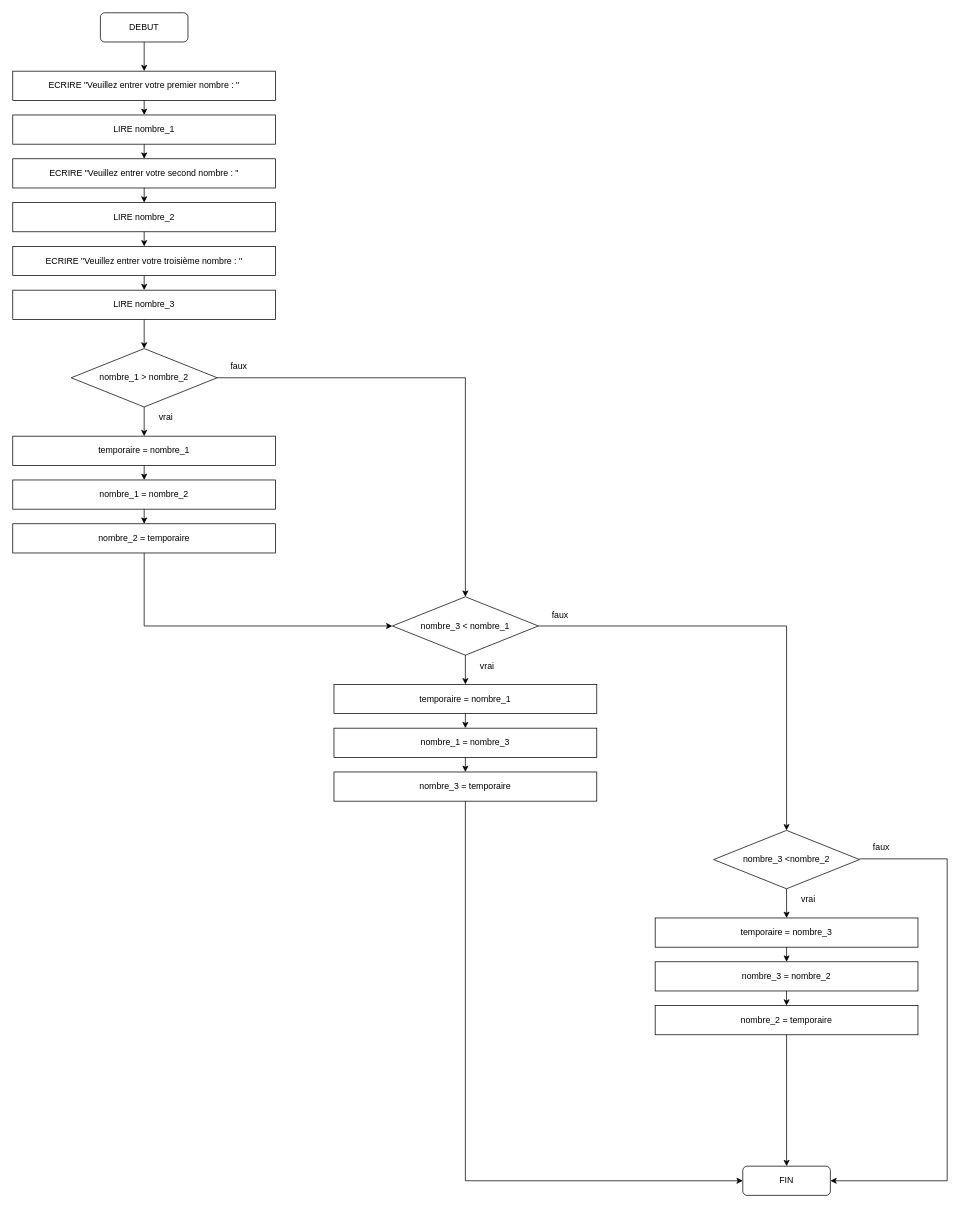
Before: 01 ALGORITHMIQUE/2.4 Tri de nombres.drawio in D-CRAVO/FORMATION-DWWM-2022, a draw.io diagram. Source tidied: cells renumbered, new cells numbered last; positions are measured from the earlier drawing's top-left corner, leaving out a move shared by most shapes. Both pictures are drawn from the tidied source at 73%, with x=0, y=0 at pixel (12, 12).
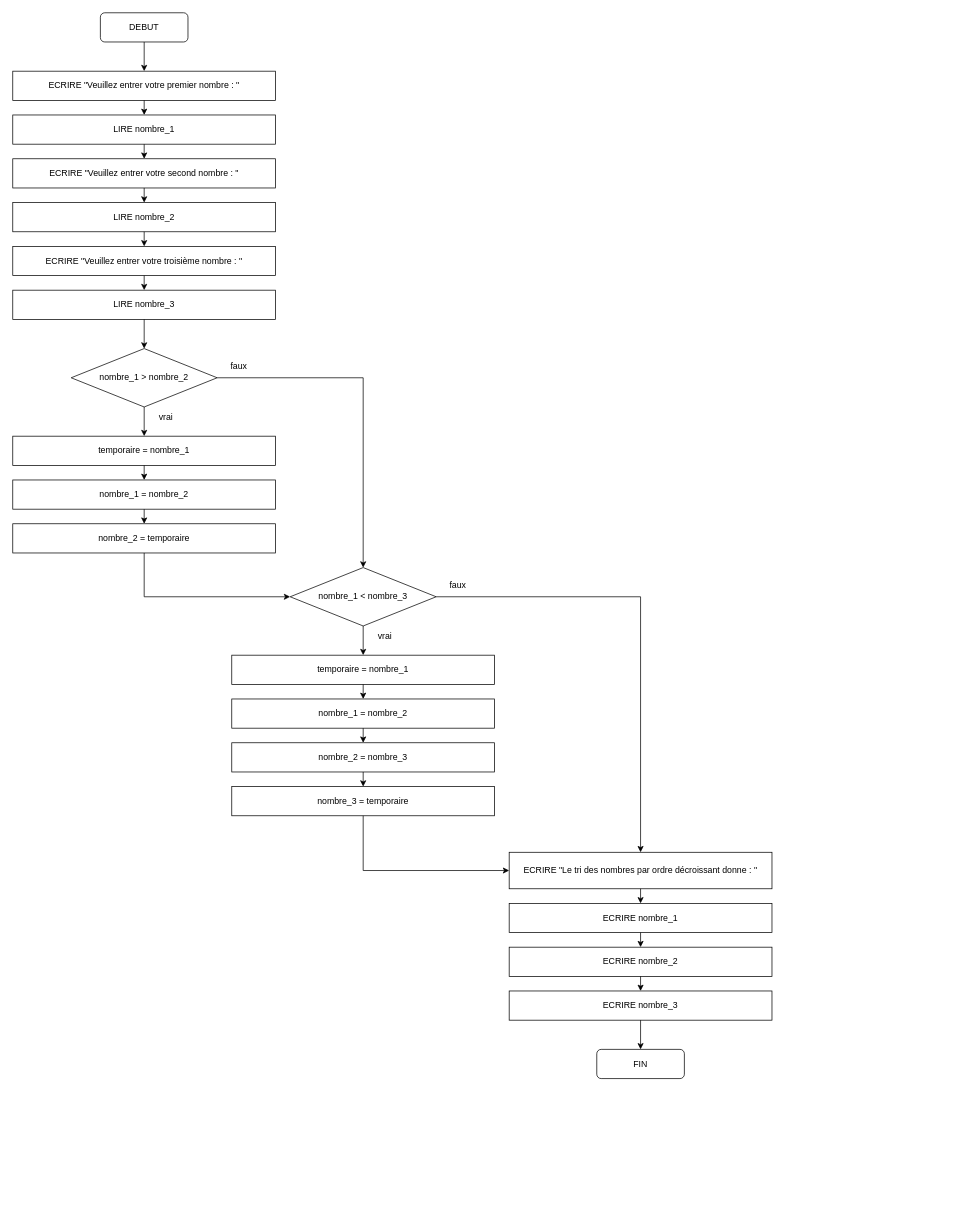
Above is the later version.

Diff of the diagram source:
```diff
@@
-    <mxCell id="26" style="edgeStyle=orthogonalEdgeStyle;rounded=0;jettySize=auto;html=1;exitX=1;exitY=0.5;exitDx=0;exitDy=0;entryX=0.5;entryY=0;entryDx=0;entryDy=0;" parent="1" edge="1" source="27" target="35">
-      <mxGeometry relative="1" as="geometry" />
-    </mxCell>
+    <mxCell id="51" style="edgeStyle=orthogonalEdgeStyle;rounded=0;jettySize=auto;html=1;exitX=1;exitY=0.5;exitDx=0;exitDy=0;entryX=0.5;entryY=0;entryDx=0;entryDy=0;" parent="1" edge="1" source="27" target="57">
+      <mxGeometry relative="1" as="geometry" />
+    </mxCell>
-    <mxCell id="27" value="nombre_3 &amp;lt; nombre_1" style="rhombus;whiteSpace=wrap;html=1;fillColor=none;" parent="1" vertex="1">
-      <mxGeometry x="520" y="800" width="200" height="80" as="geometry" />
+    <mxCell id="27" value="nombre_1 &amp;lt; nombre_3" style="rhombus;whiteSpace=wrap;html=1;fillColor=none;" parent="1" vertex="1">
+      <mxGeometry x="380" y="760" width="200" height="80" as="geometry" />
     </mxCell>
@@
     <mxCell id="29" value="temporaire = nombre_1" style="rounded=0;whiteSpace=wrap;html=1;fillColor=none;" parent="1" vertex="1">
-      <mxGeometry x="440" y="920" width="360" height="40" as="geometry" />
+      <mxGeometry x="300" y="880" width="360" height="40" as="geometry" />
     </mxCell>
-    <mxCell id="30" style="edgeStyle=orthogonalEdgeStyle;rounded=0;jettySize=auto;html=1;exitX=0.5;exitY=1;exitDx=0;exitDy=0;entryX=0;entryY=0.5;entryDx=0;entryDy=0;" parent="1" edge="1" source="31" target="43">
-      <mxGeometry relative="1" as="geometry" />
-    </mxCell>
+    <mxCell id="52" style="edgeStyle=orthogonalEdgeStyle;rounded=0;jettySize=auto;html=1;exitX=0.5;exitY=1;exitDx=0;exitDy=0;entryX=0;entryY=0.5;entryDx=0;entryDy=0;" parent="1" edge="1" source="31" target="57">
+      <mxGeometry relative="1" as="geometry" />
+    </mxCell>
     <mxCell id="31" value="nombre_3 = temporaire" style="rounded=0;whiteSpace=wrap;html=1;fillColor=none;" parent="1" vertex="1">
-      <mxGeometry x="440" y="1040" width="360" height="40" as="geometry" />
+      <mxGeometry x="300" y="1060" width="360" height="40" as="geometry" />
     </mxCell>
-    <mxCell id="32" style="edgeStyle=orthogonalEdgeStyle;rounded=0;jettySize=auto;html=1;exitX=0.5;exitY=1;exitDx=0;exitDy=0;entryX=0.5;entryY=0;entryDx=0;entryDy=0;" parent="1" edge="1" source="33" target="31">
-      <mxGeometry relative="1" as="geometry" />
-    </mxCell>
+    <mxCell id="53" style="edgeStyle=orthogonalEdgeStyle;rounded=0;jettySize=auto;html=1;exitX=0.5;exitY=1;exitDx=0;exitDy=0;entryX=0.5;entryY=0;entryDx=0;entryDy=0;" parent="1" edge="1" source="33" target="55">
+      <mxGeometry relative="1" as="geometry" />
+    </mxCell>
-    <mxCell id="33" value="nombre_1 = nombre_3" style="rounded=0;whiteSpace=wrap;html=1;fillColor=none;" parent="1" vertex="1">
-      <mxGeometry x="440" y="980" width="360" height="40" as="geometry" />
+    <mxCell id="33" value="nombre_1 = nombre_2" style="rounded=0;whiteSpace=wrap;html=1;fillColor=none;" parent="1" vertex="1">
+      <mxGeometry x="300" y="940" width="360" height="40" as="geometry" />
     </mxCell>
-    <mxCell id="34" style="edgeStyle=orthogonalEdgeStyle;rounded=0;jettySize=auto;html=1;exitX=0.5;exitY=1;exitDx=0;exitDy=0;entryX=0.5;entryY=0;entryDx=0;entryDy=0;" parent="1" edge="1" source="35" target="37">
-      <mxGeometry relative="1" as="geometry" />
-    </mxCell>
-    <mxCell id="35" value="nombre_3 &amp;lt;nombre_2" style="rhombus;whiteSpace=wrap;html=1;fillColor=none;" parent="1" vertex="1">
-      <mxGeometry x="960" y="1120" width="200" height="80" as="geometry" />
-    </mxCell>
-    <mxCell id="36" style="edgeStyle=orthogonalEdgeStyle;rounded=0;jettySize=auto;html=1;exitX=0.5;exitY=1;exitDx=0;exitDy=0;entryX=0.5;entryY=0;entryDx=0;entryDy=0;" parent="1" edge="1" source="37" target="40">
-      <mxGeometry relative="1" as="geometry" />
-    </mxCell>
-    <mxCell id="37" value="temporaire = nombre_3" style="rounded=0;whiteSpace=wrap;html=1;fillColor=none;" parent="1" vertex="1">
-      <mxGeometry x="880" y="1240" width="360" height="40" as="geometry" />
-    </mxCell>
-    <mxCell id="38" style="edgeStyle=orthogonalEdgeStyle;rounded=0;orthogonalLoop=1;jettySize=auto;html=1;exitX=0.5;exitY=1;exitDx=0;exitDy=0;" parent="1" edge="1" source="37" target="37">
-      <mxGeometry relative="1" as="geometry" />
+    <mxCell id="38" style="edgeStyle=orthogonalEdgeStyle;rounded=0;orthogonalLoop=1;jettySize=auto;html=1;exitX=0.5;exitY=1;exitDx=0;exitDy=0;" parent="1" edge="1">
+      <mxGeometry relative="1" as="geometry">
+        <mxPoint x="1060" y="1280" as="sourcePoint" />
+        <mxPoint x="1060" y="1280" as="targetPoint" />
+      </mxGeometry>
     </mxCell>
-    <mxCell id="39" style="edgeStyle=orthogonalEdgeStyle;rounded=0;jettySize=auto;html=1;exitX=0.5;exitY=1;exitDx=0;exitDy=0;entryX=0.5;entryY=0;entryDx=0;entryDy=0;" parent="1" edge="1" source="40" target="42">
-      <mxGeometry relative="1" as="geometry" />
-    </mxCell>
-    <mxCell id="40" value="nombre_3 = nombre_2" style="rounded=0;whiteSpace=wrap;html=1;fillColor=none;" parent="1" vertex="1">
-      <mxGeometry x="880" y="1300" width="360" height="40" as="geometry" />
-    </mxCell>
-    <mxCell id="41" style="edgeStyle=orthogonalEdgeStyle;rounded=0;jettySize=auto;html=1;exitX=0.5;exitY=1;exitDx=0;exitDy=0;entryX=0.5;entryY=0;entryDx=0;entryDy=0;" parent="1" edge="1" source="42" target="43">
-      <mxGeometry relative="1" as="geometry" />
-    </mxCell>
-    <mxCell id="42" value="nombre_2 = temporaire" style="rounded=0;whiteSpace=wrap;html=1;fillColor=none;" parent="1" vertex="1">
-      <mxGeometry x="880" y="1360" width="360" height="40" as="geometry" />
-    </mxCell>
-    <mxCell id="43" value="FIN" style="rounded=1;whiteSpace=wrap;html=1;fillColor=none;" parent="1" vertex="1">
-      <mxGeometry x="1000" y="1580" width="120" height="40" as="geometry" />
-    </mxCell>
@@
-    <mxCell id="46" style="edgeStyle=orthogonalEdgeStyle;rounded=0;jettySize=auto;html=1;exitX=0;exitY=1;exitDx=0;exitDy=0;entryX=1;entryY=0.5;entryDx=0;entryDy=0;" parent="1" edge="1" source="47" target="43">
-      <mxGeometry relative="1" as="geometry">
-        <Array as="points">
-          <mxPoint x="1280" y="1159" />
-          <mxPoint x="1280" y="1600" />
-        </Array>
-      </mxGeometry>
-    </mxCell>
-    <mxCell id="47" value="faux" style="text;html=1;strokeColor=none;fillColor=none;align=center;verticalAlign=middle;whiteSpace=wrap;rounded=0;" parent="1" vertex="1">
-      <mxGeometry x="1160" y="1129" width="60" height="30" as="geometry" />
-    </mxCell>
     <mxCell id="48" value="faux" style="text;html=1;strokeColor=none;fillColor=none;align=center;verticalAlign=middle;whiteSpace=wrap;rounded=0;" parent="1" vertex="1">
-      <mxGeometry x="720" y="810" width="60" height="30" as="geometry" />
+      <mxGeometry x="580" y="770" width="60" height="30" as="geometry" />
     </mxCell>
-    <mxCell id="49" value="vrai" style="text;html=1;strokeColor=none;fillColor=none;align=center;verticalAlign=middle;whiteSpace=wrap;rounded=0;" parent="1" vertex="1">
-      <mxGeometry x="1060" y="1200" width="60" height="30" as="geometry" />
-    </mxCell>
     <mxCell id="50" value="vrai" style="text;html=1;strokeColor=none;fillColor=none;align=center;verticalAlign=middle;whiteSpace=wrap;rounded=0;" parent="1" vertex="1">
-      <mxGeometry x="620" y="880" width="60" height="30" as="geometry" />
+      <mxGeometry x="480" y="840" width="60" height="30" as="geometry" />
     </mxCell>
+    <mxCell id="54" style="edgeStyle=orthogonalEdgeStyle;rounded=0;jettySize=auto;html=1;exitX=0.5;exitY=1;exitDx=0;exitDy=0;entryX=0.5;entryY=0;entryDx=0;entryDy=0;" parent="1" edge="1" source="55" target="31">
+      <mxGeometry relative="1" as="geometry" />
+    </mxCell>
+    <mxCell id="55" value="nombre_2 = nombre_3" style="rounded=0;whiteSpace=wrap;html=1;fillColor=none;" parent="1" vertex="1">
+      <mxGeometry x="300" y="1000" width="360" height="40" as="geometry" />
+    </mxCell>
+    <mxCell id="56" style="edgeStyle=orthogonalEdgeStyle;rounded=0;jettySize=auto;html=1;exitX=0.5;exitY=1;exitDx=0;exitDy=0;entryX=0.5;entryY=0;entryDx=0;entryDy=0;" parent="1" edge="1" source="57" target="59">
+      <mxGeometry relative="1" as="geometry" />
+    </mxCell>
+    <mxCell id="57" value="ECRIRE &quot;Le tri des nombres par ordre décroissant donne : &quot;" style="rounded=0;whiteSpace=wrap;html=1;fillColor=none;" parent="1" vertex="1">
+      <mxGeometry x="680" y="1150" width="360" height="50" as="geometry" />
+    </mxCell>
+    <mxCell id="58" style="edgeStyle=orthogonalEdgeStyle;rounded=0;jettySize=auto;html=1;exitX=0.5;exitY=1;exitDx=0;exitDy=0;entryX=0.5;entryY=0;entryDx=0;entryDy=0;" parent="1" edge="1" source="59" target="61">
+      <mxGeometry relative="1" as="geometry" />
+    </mxCell>
+    <mxCell id="59" value="ECRIRE nombre_1" style="rounded=0;whiteSpace=wrap;html=1;fillColor=none;" parent="1" vertex="1">
+      <mxGeometry x="680" y="1220" width="360" height="40" as="geometry" />
+    </mxCell>
+    <mxCell id="60" style="edgeStyle=orthogonalEdgeStyle;rounded=0;jettySize=auto;html=1;exitX=0.5;exitY=1;exitDx=0;exitDy=0;entryX=0.5;entryY=0;entryDx=0;entryDy=0;" parent="1" edge="1" source="61" target="63">
+      <mxGeometry relative="1" as="geometry" />
+    </mxCell>
+    <mxCell id="61" value="ECRIRE nombre_2" style="rounded=0;whiteSpace=wrap;html=1;fillColor=none;" parent="1" vertex="1">
+      <mxGeometry x="680" y="1280" width="360" height="40" as="geometry" />
+    </mxCell>
+    <mxCell id="62" style="edgeStyle=orthogonalEdgeStyle;rounded=0;jettySize=auto;html=1;exitX=0.5;exitY=1;exitDx=0;exitDy=0;entryX=0.5;entryY=0;entryDx=0;entryDy=0;" parent="1" edge="1" source="63" target="43">
+      <mxGeometry relative="1" as="geometry" />
+    </mxCell>
+    <mxCell id="63" value="ECRIRE nombre_3" style="rounded=0;whiteSpace=wrap;html=1;fillColor=none;" parent="1" vertex="1">
+      <mxGeometry x="680" y="1340" width="360" height="40" as="geometry" />
+    </mxCell>
+    <mxCell id="43" value="FIN" style="rounded=1;whiteSpace=wrap;html=1;fillColor=none;" parent="1" vertex="1">
+      <mxGeometry x="800" y="1420" width="120" height="40" as="geometry" />
+    </mxCell>
```
